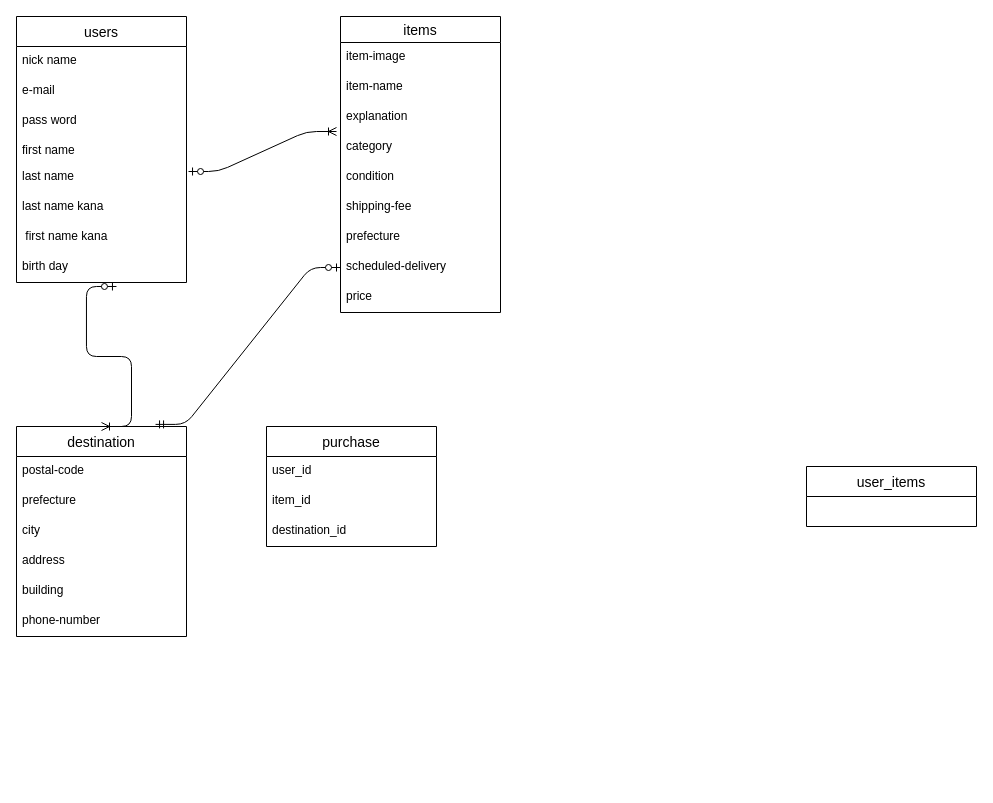
Above: furima-ER.dio in hassy-jp/furima-34311 (draw.io), before the change. Source tidied: cells renumbered, new cells numbered last; positions are measured from the earlier drawing's top-left corner, leaving out a move shared by most shapes. Both pictures are drawn from the tidied source at 100%, with x=0, y=0 at pixel (16, 16).
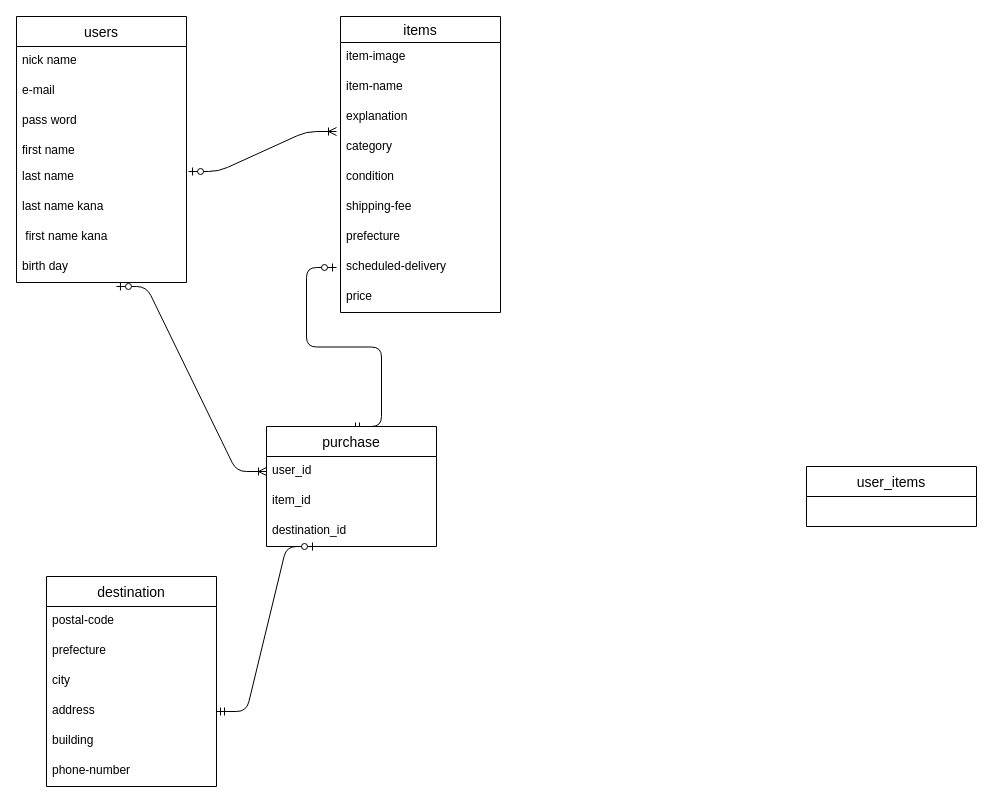
Above is the later version.

Unchanged cells that the change refers to:
```xml
<mxCell id="10" value="birth day" style="text;strokeColor=none;fillColor=none;spacingLeft=4;spacingRight=4;overflow=hidden;points=[[0,0.5],[1,0.5]];portConstraint=eastwest;fontSize=12;" parent="2" vertex="1">
  <mxGeometry y="236" width="170" height="30" as="geometry" />
</mxCell>
<mxCell id="19" value="scheduled-delivery" style="text;strokeColor=none;fillColor=none;spacingLeft=4;spacingRight=4;overflow=hidden;points=[[0,0.5],[1,0.5]];portConstraint=eastwest;fontSize=12;" parent="11" vertex="1">
  <mxGeometry y="236" width="160" height="30" as="geometry" />
</mxCell>
<mxCell id="25" value="address" style="text;strokeColor=none;fillColor=none;spacingLeft=4;spacingRight=4;overflow=hidden;points=[[0,0.5],[1,0.5]];portConstraint=eastwest;fontSize=12;" parent="21" vertex="1">
  <mxGeometry y="120" width="170" height="30" as="geometry" />
</mxCell>
<mxCell id="32" value="purchase" style="swimlane;fontStyle=0;horizontal=1;startSize=30;align=center;fontSize=14;" parent="1" vertex="1">
  <mxGeometry x="250" y="410" width="170" height="120" as="geometry" />
</mxCell>
<mxCell id="33" value="user_id" style="text;strokeColor=none;fillColor=none;spacingLeft=4;spacingRight=4;overflow=hidden;points=[[0,0.5],[1,0.5]];portConstraint=eastwest;fontSize=12;" parent="32" vertex="1">
  <mxGeometry y="30" width="170" height="30" as="geometry" />
</mxCell>
```

Diff of the diagram source:
```diff
@@
     <mxCell id="21" value="destination" style="swimlane;fontStyle=0;horizontal=1;startSize=30;align=center;fontSize=14;" parent="1" vertex="1">
-      <mxGeometry y="410" width="170" height="210" as="geometry" />
+      <mxGeometry x="30" y="560" width="170" height="210" as="geometry" />
     </mxCell>
@@
-    <mxCell id="29" style="edgeStyle=entityRelationEdgeStyle;fontSize=12;html=1;endArrow=ERoneToMany;startArrow=ERzeroToOne;exitX=0.588;exitY=1.133;exitDx=0;exitDy=0;exitPerimeter=0;entryX=0.5;entryY=0;entryDx=0;entryDy=0;" parent="1" edge="1" source="10" target="21">
+    <mxCell id="29" style="edgeStyle=entityRelationEdgeStyle;fontSize=12;html=1;endArrow=ERoneToMany;startArrow=ERzeroToOne;exitX=0.588;exitY=1.133;exitDx=0;exitDy=0;exitPerimeter=0;entryX=0;entryY=0.5;entryDx=0;entryDy=0;" parent="1" edge="1" source="10" target="33">
       <mxGeometry relative="1" as="geometry" />
     </mxCell>
-    <mxCell id="30" style="edgeStyle=entityRelationEdgeStyle;fontSize=12;html=1;endArrow=ERzeroToOne;startArrow=ERmandOne;exitX=0.818;exitY=-0.01;exitDx=0;exitDy=0;entryX=0;entryY=0.5;entryDx=0;entryDy=0;exitPerimeter=0;" parent="1" edge="1" source="21" target="19">
-      <mxGeometry relative="1" as="geometry" />
+    <mxCell id="30" style="edgeStyle=entityRelationEdgeStyle;fontSize=12;html=1;endArrow=ERzeroToOne;startArrow=ERmandOne;exitX=0.5;exitY=0;exitDx=0;exitDy=0;" parent="1" edge="1" source="32">
+      <mxGeometry relative="1" as="geometry">
+        <mxPoint x="320" y="251" as="targetPoint" />
+      </mxGeometry>
     </mxCell>
@@
+    <mxCell id="36" style="edgeStyle=entityRelationEdgeStyle;fontSize=12;html=1;endArrow=ERzeroToOne;startArrow=ERmandOne;exitX=1;exitY=0.5;exitDx=0;exitDy=0;" parent="1" edge="1" source="25">
+      <mxGeometry relative="1" as="geometry">
+        <mxPoint x="300" y="530" as="targetPoint" />
+      </mxGeometry>
+    </mxCell>
```
